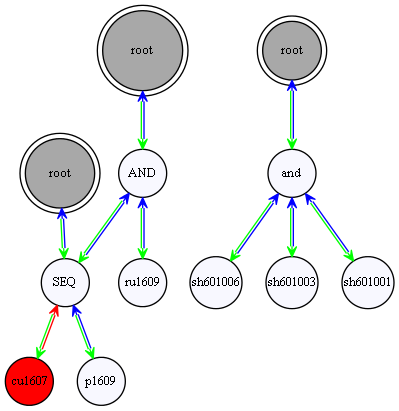
Earlier version of the Graphviz export code/eventTree.png (yaorengui/SimpleCEP). Its source is kept beside it as code/eventTree.dot.
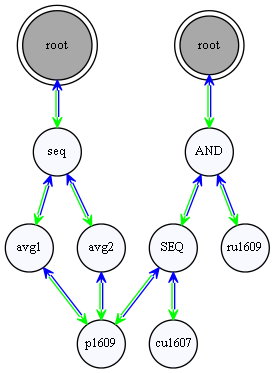
Above is the later version.

Change to the diagram source:
```diff
@@ -1,57 +1,27 @@
 strict digraph {
-	graph [bb="0,0,291,296",
+	graph [bb="0,0,90,260",
 		center=True,
 		epsilon=0.000
 	];
 	node [label="\N",
 		shape=circle
 	];
-	5	 [color=black,
+	4	 [color=black,
 		fillcolor=grey66,
 		fontsize=10,
-		height=0.83333,
+		height=0.61111,
 		label=root,
 		margin=0,
-		pos="103,266",
+		pos="45,238",
 		shape=doublecircle,
 		style=filled,
-		width=0.83333];
-	4	 [fillcolor=ghostwhite,
-		fontsize=10,
-		height=0.5,
-		label=AND,
-		margin=0,
-		pos="103,174",
-		style=filled,
-		width=0.5];
-	5 -> 4	 [arrowhead=vee,
-		arrowsize=0.75,
-		arrowtail=vee,
-		bgcolor=black,
-		color="green:blue",
-		dir=both,
-		pos="s,103,235.53 e,103,192.18 103,227.95 103,218.46 103,208.47 103,199.77"];
-	2	 [fillcolor=ghostwhite,
-		fontsize=10,
-		height=0.5,
-		label=SEQ,
-		margin=0,
-		pos="45,92",
-		style=filled,
-		width=0.5];
-	4 -> 2	 [arrowhead=vee,
-		arrowsize=0.75,
-		arrowtail=vee,
-		bgcolor=black,
-		color="green:blue",
-		dir=both,
-		pos="s,92.897,159.07 e,55.182,107.04 88.395,152.85 79.651,140.79 68.568,125.51 59.791,113.4"];
+		width=0.61111];
 	3	 [fillcolor=ghostwhite,
 		fontsize=10,
 		height=0.5,
-		label=ru1609,
+		label=seq,
 		margin=0,
-		pos="103,92",
+		pos="45,162",
 		style=filled,
 		width=0.5];
 	4 -> 3	 [arrowhead=vee,
@@ -60,122 +30,114 @@
 		bgcolor=black,
 		color="green:blue",
 		dir=both,
-		pos="s,103,155.64 e,103,110.05 103,147.92 103,138.29 103,127.32 103,117.72"];
-	0	 [fillcolor=red,
-		fontsize=10,
-		height=0.5,
-		label=cu1607,
-		margin=0,
-		pos="18,18",
-		style=filled,
-		width=0.5];
-	2 -> 0	 [arrowhead=vee,
-		arrowsize=0.75,
-		arrowtail=vee,
-		bgcolor=black,
-		color="green:red",
-		dir=both,
-		pos="s,39.008,75.021 e,24.069,35.183 36.362,67.964 33.296,59.788 29.843,50.582 26.767,42.378"];
+		pos="s,45,215.99 e,45,180.31 45,208.29 45,201.65 45,194.64 45,188.16"];
 	1	 [fillcolor=ghostwhite,
 		fontsize=10,
 		height=0.5,
-		label=p1609,
+		label=avg1,
 		margin=0,
-		pos="72,18",
+		pos="18,90",
 		style=filled,
 		width=0.5];
-	2 -> 1	 [arrowhead=vee,
+	3 -> 1	 [arrowhead=vee,
 		arrowsize=0.75,
 		arrowtail=vee,
 		bgcolor=black,
 		color="green:blue",
 		dir=both,
-		pos="s,50.992,75.021 e,65.931,35.183 53.638,67.964 56.704,59.788 60.157,50.582 63.233,42.378"];
-	6	 [color=black,
-		fillcolor=grey66,
+		pos="s,38.738,144.76 e,24.228,107.15 35.927,137.48 33.043,130 29.856,121.74 26.979,114.28"];
+	2	 [fillcolor=ghostwhite,
 		fontsize=10,
-		height=0.72222,
-		label=root,
+		height=0.5,
+		label=avg2,
 		margin=0,
-		pos="41,174",
-		shape=doublecircle,
+		pos="72,90",
 		style=filled,
-		width=0.72222];
-	6 -> 2	 [arrowhead=vee,
+		width=0.5];
+	3 -> 2	 [arrowhead=vee,
 		arrowsize=0.75,
 		arrowtail=vee,
 		bgcolor=black,
 		color="green:blue",
 		dir=both,
-		pos="s,42.266,147.69 e,44.147,110.06 42.65,139.99 43.02,132.6 43.406,124.88 43.756,117.88"];
-	11	 [color=black,
-		fillcolor=grey66,
-		fontsize=10,
-		height=0.61111,
-		label=root,
-		margin=0,
-		pos="215,266",
-		shape=doublecircle,
-		style=filled,
-		width=0.61111];
-	10	 [fillcolor=ghostwhite,
+		pos="s,51.262,144.76 e,65.772,107.15 54.073,137.48 56.957,130 60.144,121.74 63.021,114.28"];
+	0	 [fillcolor=ghostwhite,
 		fontsize=10,
 		height=0.5,
-		label=and,
+		label=p1609,
 		margin=0,
-		pos="215,174",
+		pos="45,18",
 		style=filled,
 		width=0.5];
-	11 -> 10	 [arrowhead=vee,
+	1 -> 0	 [arrowhead=vee,
 		arrowsize=0.75,
 		arrowtail=vee,
 		bgcolor=black,
 		color="green:blue",
 		dir=both,
-		pos="s,215,243.67 e,215,192.26 215,235.96 215,224.36 215,211.13 215,199.97"];
-	7	 [fillcolor=ghostwhite,
-		fontsize=10,
-		height=0.5397,
-		label=sh601006,
-		margin=0,
-		pos="158,92",
-		style=filled,
-		width=0.53374];
-	10 -> 7	 [arrowhead=vee,
+		pos="s,24.262,72.765 e,38.772,35.147 27.073,65.476 29.957,58 33.144,49.739 36.021,42.28"];
+	2 -> 0	 [arrowhead=vee,
 		arrowsize=0.75,
 		arrowtail=vee,
 		bgcolor=black,
 		color="green:blue",
 		dir=both,
-		pos="s,204.81,158.7 e,168.88,108.27 200.25,152.3 191.98,140.69 181.66,126.21 173.3,114.47"];
+		pos="s,65.738,72.765 e,51.228,35.147 62.927,65.476 60.043,58 56.856,49.739 53.979,42.28"];
+	9	 [color=black,
+		fillcolor=grey66,
+		fontsize=10,
+		label=root,
+		margin=0,
+		shape=doublecircle,
+		style=filled];
 	8	 [fillcolor=ghostwhite,
 		fontsize=10,
-		height=0.5397,
-		label=sh601003,
+		label=AND,
 		margin=0,
-		pos="215,92",
-		style=filled,
-		width=0.53374];
-	10 -> 8	 [arrowhead=vee,
+		style=filled];
+	9 -> 8	 [arrowhead=vee,
 		arrowsize=0.75,
 		arrowtail=vee,
 		bgcolor=black,
 		color="green:blue",
-		dir=both,
-		pos="s,215,155.64 e,215,111.44 215,147.86 215,138.73 215,128.4 215,119.19"];
-	9	 [fillcolor=ghostwhite,
+		dir=both];
+	6	 [fillcolor=ghostwhite,
 		fontsize=10,
-		height=0.5397,
-		label=sh601001,
+		label=SEQ,
 		margin=0,
-		pos="272,92",
-		style=filled,
-		width=0.53374];
-	10 -> 9	 [arrowhead=vee,
+		style=filled];
+	8 -> 6	 [arrowhead=vee,
 		arrowsize=0.75,
 		arrowtail=vee,
 		bgcolor=black,
 		color="green:blue",
-		dir=both,
-		pos="s,225.19,158.7 e,261.12,108.27 229.75,152.3 238.02,140.69 248.34,126.21 256.7,114.47"];
+		dir=both];
+	7	 [fillcolor=ghostwhite,
+		fontsize=10,
+		label=ru1609,
+		margin=0,
+		style=filled];
+	8 -> 7	 [arrowhead=vee,
+		arrowsize=0.75,
+		arrowtail=vee,
+		bgcolor=black,
+		color="green:blue",
+		dir=both];
+	6 -> 0	 [arrowhead=vee,
+		arrowsize=0.75,
+		arrowtail=vee,
+		bgcolor=black,
+		color="green:blue",
+		dir=both];
+	5	 [fillcolor=ghostwhite,
+		fontsize=10,
+		label=cu1607,
+		margin=0,
+		style=filled];
+	6 -> 5	 [arrowhead=vee,
+		arrowsize=0.75,
+		arrowtail=vee,
+		bgcolor=black,
+		color="green:blue",
+		dir=both];
 }
```
